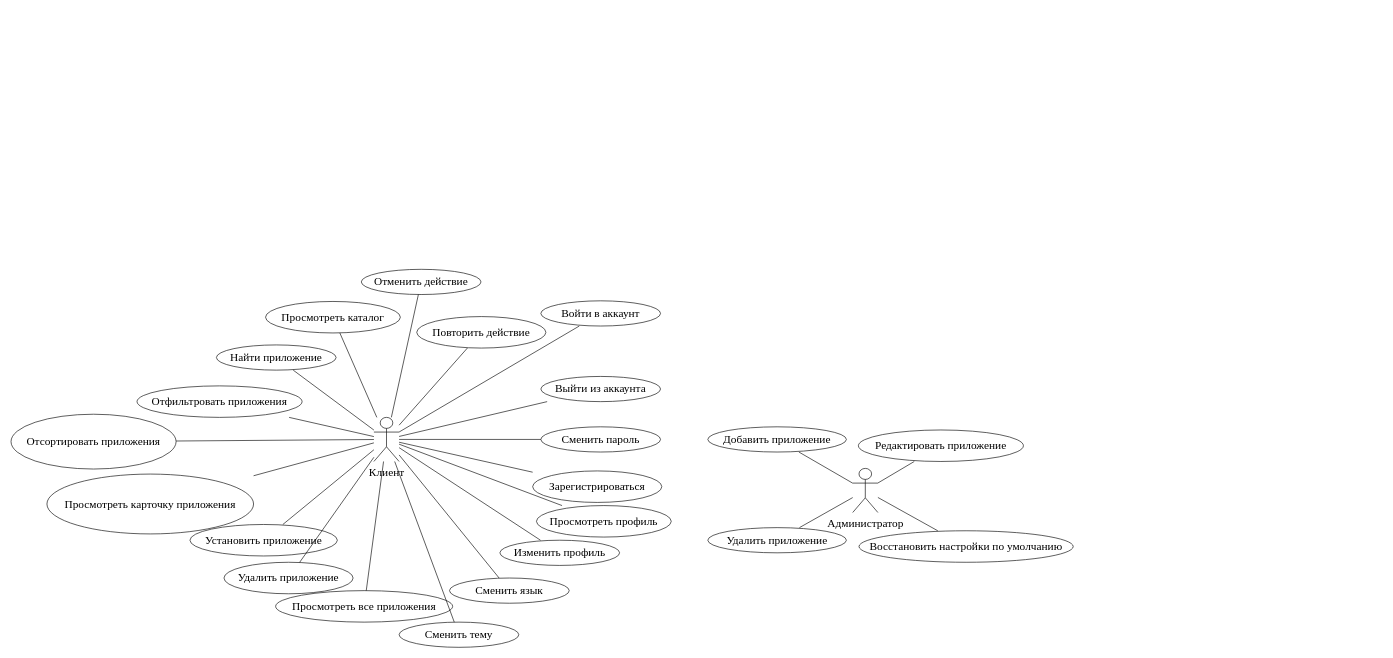
Above: docs/UML/use_case.drawio in martim-x/AppStore (draw.io), before the change. Source tidied: cells renumbered, new cells numbered last; positions are measured from the earlier drawing's top-left corner, leaving out a move shared by most shapes. Both pictures are drawn from the tidied source at 63%, with x=0, y=0 at pixel (11, 269).
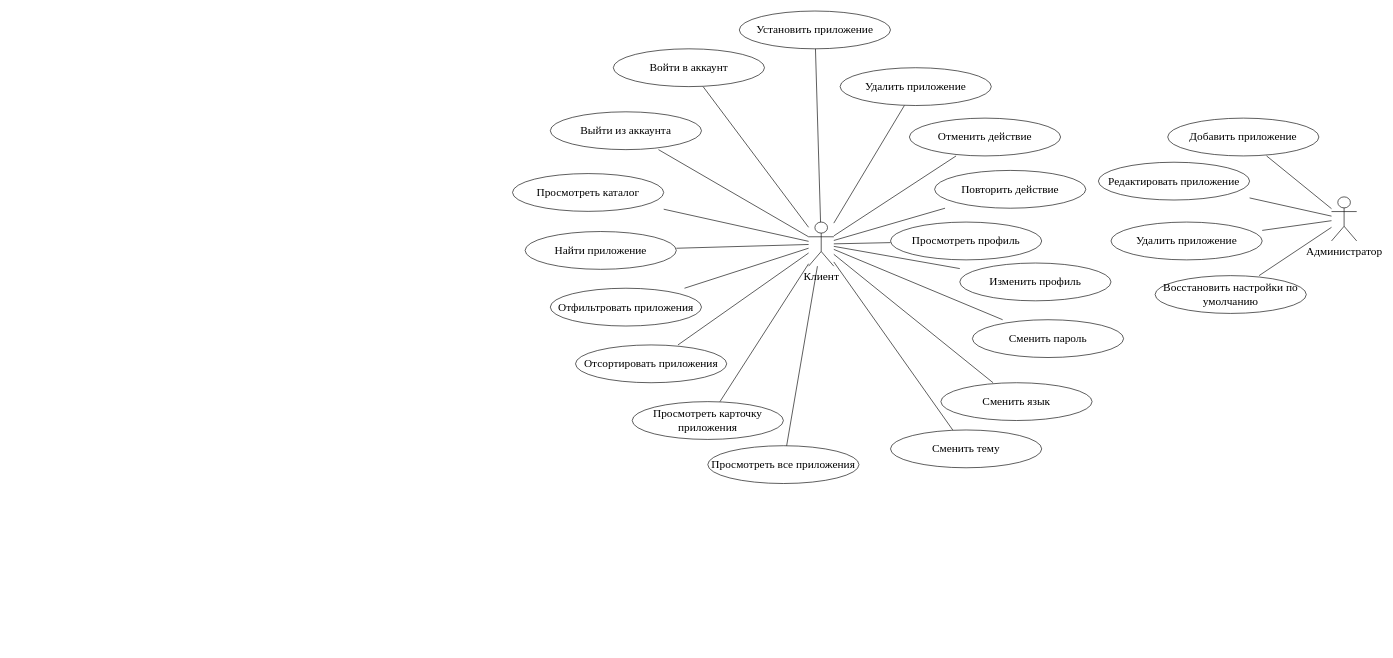
After the change.

What changed in the source:
```diff
@@
     <mxCell id="2" value="&lt;font&gt;Клиент&lt;/font&gt;" style="shape=umlActor;verticalLabelPosition=bottom;verticalAlign=top;html=1;align=center;outlineConnect=0;fillColor=none;strokeColor=#000000;fontFamily=Times New Roman;fontSize=18;" parent="1" vertex="1">
-      <mxGeometry x="576" y="235" width="40" height="70" as="geometry" />
+      <mxGeometry x="1266" y="-75" width="40" height="70" as="geometry" />
     </mxCell>
     <mxCell id="3" value="Администратор" style="shape=umlActor;verticalLabelPosition=bottom;verticalAlign=top;html=1;align=center;outlineConnect=0;fillColor=none;strokeColor=#000000;fontFamily=Times New Roman;fontSize=18;" parent="1" vertex="1">
-      <mxGeometry x="1336" y="316" width="40" height="70" as="geometry" />
+      <mxGeometry x="2096" y="-115" width="40" height="70" as="geometry" />
     </mxCell>
     <mxCell id="4" value="Войти в аккаунт" style="shape=ellipse;whiteSpace=wrap;html=1;fillColor=none;strokeColor=#000000;fontSize=18;fontFamily=Times New Roman;" parent="1" vertex="1">
-      <mxGeometry x="841" y="50" width="190" height="40" as="geometry" />
+      <mxGeometry x="956" y="-350" width="240" height="60" as="geometry" />
     </mxCell>
@@
     <mxCell id="6" value="Выйти из аккаунта" style="shape=ellipse;whiteSpace=wrap;html=1;fillColor=none;strokeColor=#000000;fontSize=18;fontFamily=Times New Roman;" parent="1" vertex="1">
-      <mxGeometry x="841" y="170" width="190" height="40" as="geometry" />
+      <mxGeometry x="856" y="-250" width="240" height="60" as="geometry" />
     </mxCell>
@@
-    <mxCell id="8" value="Зарегистрироваться" style="shape=ellipse;whiteSpace=wrap;html=1;fillColor=none;strokeColor=#000000;fontSize=18;fontFamily=Times New Roman;" parent="1" vertex="1">
-      <mxGeometry x="828" y="320" width="205" height="50" as="geometry" />
-    </mxCell>
-    <mxCell id="9" style="endArrow=none;html=1;rounded=0;fontFamily=Times New Roman;fontSize=18;" parent="1" edge="1" source="2" target="8">
-      <mxGeometry relative="1" as="geometry" />
-    </mxCell>
     <mxCell id="10" value="Просмотреть каталог" style="shape=ellipse;whiteSpace=wrap;html=1;fillColor=none;strokeColor=#000000;fontSize=18;fontFamily=Times New Roman;" parent="1" vertex="1">
-      <mxGeometry x="404" y="51" width="214" height="50" as="geometry" />
+      <mxGeometry x="796" y="-152" width="240" height="60" as="geometry" />
     </mxCell>
@@
     <mxCell id="12" value="Найти приложение" style="shape=ellipse;whiteSpace=wrap;html=1;fillColor=none;strokeColor=#000000;fontSize=18;fontFamily=Times New Roman;" parent="1" vertex="1">
-      <mxGeometry x="326" y="120" width="190" height="40" as="geometry" />
+      <mxGeometry x="816" y="-60" width="240" height="60" as="geometry" />
     </mxCell>
@@
     <mxCell id="14" value="Отфильтровать приложения" style="shape=ellipse;whiteSpace=wrap;html=1;fillColor=none;strokeColor=#000000;fontSize=18;fontFamily=Times New Roman;" parent="1" vertex="1">
-      <mxGeometry x="200" y="185" width="262" height="50" as="geometry" />
+      <mxGeometry x="856" y="30" width="240" height="60" as="geometry" />
     </mxCell>
@@
     <mxCell id="16" value="Отсортировать приложения" style="shape=ellipse;whiteSpace=wrap;html=1;fillColor=none;strokeColor=#000000;fontSize=18;fontFamily=Times New Roman;" parent="1" vertex="1">
-      <mxGeometry y="230" width="262" height="87" as="geometry" />
+      <mxGeometry x="896" y="120" width="240" height="60" as="geometry" />
     </mxCell>
@@
     <mxCell id="18" value="Просмотреть карточку приложения" style="shape=ellipse;whiteSpace=wrap;html=1;fillColor=none;strokeColor=#000000;fontSize=18;fontFamily=Times New Roman;" parent="1" vertex="1">
-      <mxGeometry x="57" y="325" width="328" height="95" as="geometry" />
+      <mxGeometry x="986" y="210" width="240" height="60" as="geometry" />
     </mxCell>
     <mxCell id="19" value="Установить приложение" style="shape=ellipse;whiteSpace=wrap;html=1;fillColor=none;strokeColor=#000000;fontSize=18;fontFamily=Times New Roman;" parent="1" vertex="1">
-      <mxGeometry x="284" y="405" width="234" height="50" as="geometry" />
+      <mxGeometry x="1156" y="-410" width="240" height="60" as="geometry" />
     </mxCell>
@@
     <mxCell id="21" value="Удалить приложение" style="shape=ellipse;whiteSpace=wrap;html=1;fillColor=none;strokeColor=#000000;fontSize=18;fontFamily=Times New Roman;" parent="1" vertex="1">
-      <mxGeometry x="338" y="465" width="205" height="50" as="geometry" />
+      <mxGeometry x="1316" y="-320" width="240" height="60" as="geometry" />
     </mxCell>
@@
     <mxCell id="23" value="Отменить действие" style="shape=ellipse;whiteSpace=wrap;html=1;fillColor=none;strokeColor=#000000;fontSize=18;fontFamily=Times New Roman;" parent="1" vertex="1">
-      <mxGeometry x="556" width="190" height="40" as="geometry" />
+      <mxGeometry x="1426" y="-240" width="240" height="60" as="geometry" />
     </mxCell>
@@
     <mxCell id="25" value="Повторить действие" style="shape=ellipse;whiteSpace=wrap;html=1;fillColor=none;strokeColor=#000000;fontSize=18;fontFamily=Times New Roman;" parent="1" vertex="1">
-      <mxGeometry x="644" y="75" width="205" height="50" as="geometry" />
+      <mxGeometry x="1466" y="-157" width="240" height="60" as="geometry" />
     </mxCell>
@@
     <mxCell id="27" value="Просмотреть все приложения" style="shape=ellipse;whiteSpace=wrap;html=1;fillColor=none;strokeColor=#000000;fontSize=18;fontFamily=Times New Roman;" parent="1" vertex="1">
-      <mxGeometry x="420" y="510" width="281" height="50" as="geometry" />
+      <mxGeometry x="1106" y="280" width="240" height="60" as="geometry" />
     </mxCell>
@@
     <mxCell id="29" value="Просмотреть профиль" style="shape=ellipse;whiteSpace=wrap;html=1;fillColor=none;strokeColor=#000000;fontSize=18;fontFamily=Times New Roman;" parent="1" vertex="1">
-      <mxGeometry x="834" y="375" width="214" height="50" as="geometry" />
+      <mxGeometry x="1396" y="-75" width="240" height="60" as="geometry" />
     </mxCell>
@@
     <mxCell id="31" value="Изменить профиль" style="shape=ellipse;whiteSpace=wrap;html=1;fillColor=none;strokeColor=#000000;fontSize=18;fontFamily=Times New Roman;" parent="1" vertex="1">
-      <mxGeometry x="776" y="430" width="190" height="40" as="geometry" />
+      <mxGeometry x="1506" y="-10" width="240" height="60" as="geometry" />
     </mxCell>
@@
     <mxCell id="33" value="Сменить пароль" style="shape=ellipse;whiteSpace=wrap;html=1;fillColor=none;strokeColor=#000000;fontSize=18;fontFamily=Times New Roman;" parent="1" vertex="1">
-      <mxGeometry x="841" y="250" width="190" height="40" as="geometry" />
+      <mxGeometry x="1526" y="80" width="240" height="60" as="geometry" />
     </mxCell>
@@
     <mxCell id="35" value="Сменить язык" style="shape=ellipse;whiteSpace=wrap;html=1;fillColor=none;strokeColor=#000000;fontSize=18;fontFamily=Times New Roman;" parent="1" vertex="1">
-      <mxGeometry x="696" y="490" width="190" height="40" as="geometry" />
+      <mxGeometry x="1476" y="180" width="240" height="60" as="geometry" />
     </mxCell>
@@
     <mxCell id="37" value="Сменить тему" style="shape=ellipse;whiteSpace=wrap;html=1;fillColor=none;strokeColor=#000000;fontSize=18;fontFamily=Times New Roman;" parent="1" vertex="1">
-      <mxGeometry x="616" y="560" width="190" height="40" as="geometry" />
+      <mxGeometry x="1396" y="255" width="240" height="60" as="geometry" />
     </mxCell>
@@
     <mxCell id="39" value="Добавить приложение" style="shape=ellipse;whiteSpace=wrap;html=1;fillColor=none;strokeColor=#000000;fontSize=18;fontFamily=Times New Roman;" parent="1" vertex="1">
-      <mxGeometry x="1106" y="250" width="220" height="40" as="geometry" />
+      <mxGeometry x="1836" y="-240" width="240" height="60" as="geometry" />
     </mxCell>
@@
     <mxCell id="41" value="Редактировать приложение" style="shape=ellipse;whiteSpace=wrap;html=1;fillColor=none;strokeColor=#000000;fontSize=18;fontFamily=Times New Roman;" parent="1" vertex="1">
-      <mxGeometry x="1345" y="255" width="262" height="50" as="geometry" />
+      <mxGeometry x="1726" y="-170" width="240" height="60" as="geometry" />
     </mxCell>
@@
     <mxCell id="43" value="Удалить приложение" style="shape=ellipse;whiteSpace=wrap;html=1;fillColor=none;strokeColor=#000000;fontSize=18;fontFamily=Times New Roman;" parent="1" vertex="1">
-      <mxGeometry x="1106" y="410" width="220" height="40" as="geometry" />
+      <mxGeometry x="1746" y="-75" width="240" height="60" as="geometry" />
     </mxCell>
@@
     <mxCell id="45" value="Восстановить настройки по умолчанию" style="shape=ellipse;whiteSpace=wrap;html=1;fillColor=none;strokeColor=#000000;fontSize=18;fontFamily=Times New Roman;" parent="1" vertex="1">
-      <mxGeometry x="1346" y="415" width="340" height="50" as="geometry" />
+      <mxGeometry x="1816" y="10" width="240" height="60" as="geometry" />
     </mxCell>
```
